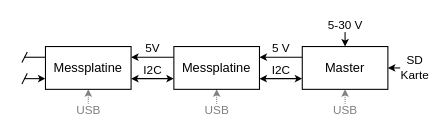
Before: page "arch_system" (2 of 3) of doc/img/doc.drawio in tstrahler/pwt-temp, a draw.io diagram. Source tidied: cells renumbered, new cells numbered last; positions are measured from the earlier drawing's top-left corner, leaving out a move shared by most shapes. Both pictures are drawn from the tidied source at 107%, with x=0, y=0 at pixel (21, 25).
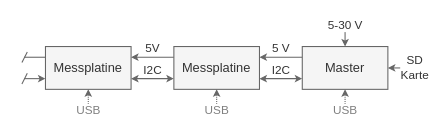
The same diagram, later.

The edit, as a diff of the source:
```diff
@@
-    <mxCell id="2" value="USB" style="edgeStyle=orthogonalEdgeStyle;rounded=0;jettySize=auto;html=1;exitX=0.5;exitY=1;exitDx=0;exitDy=0;startArrow=classic;startFill=1;endArrow=none;endFill=0;startSize=4;endSize=4;strokeColor=#808080;fontColor=#808080;dashed=1;dashPattern=1 1;" parent="1" edge="1" source="5">
+    <mxCell id="2" value="USB" style="edgeStyle=orthogonalEdgeStyle;rounded=0;jettySize=auto;html=1;exitX=0.5;exitY=1;exitDx=0;exitDy=0;startArrow=classic;startFill=1;endArrow=none;endFill=0;startSize=4;endSize=4;strokeColor=#666666;fontColor=#808080;dashed=1;dashPattern=1 1;fillColor=#f5f5f5;fontFamily=Iosevka;" parent="1" edge="1" source="5">
       <mxGeometry x="1" relative="1" as="geometry">
         <mxPoint x="62" y="80" as="targetPoint" />
       </mxGeometry>
     </mxCell>
-    <mxCell id="3" style="edgeStyle=orthogonalEdgeStyle;rounded=0;jettySize=auto;html=1;exitX=0;exitY=0.75;exitDx=0;exitDy=0;startArrow=classic;startFill=1;endArrow=none;endFill=0;startSize=4;endSize=4;" parent="1" edge="1" source="5">
+    <mxCell id="3" style="edgeStyle=orthogonalEdgeStyle;rounded=0;jettySize=auto;html=1;exitX=0;exitY=0.75;exitDx=0;exitDy=0;startArrow=classic;startFill=1;endArrow=none;endFill=0;startSize=4;endSize=4;fillColor=#f5f5f5;strokeColor=#666666;fontFamily=Iosevka;" parent="1" edge="1" source="5">
       <mxGeometry relative="1" as="geometry">
         <mxPoint x="2" y="50" as="targetPoint" />
       </mxGeometry>
     </mxCell>
-    <mxCell id="4" style="edgeStyle=orthogonalEdgeStyle;rounded=0;jettySize=auto;html=1;exitX=0;exitY=0.25;exitDx=0;exitDy=0;startArrow=none;startFill=0;endArrow=none;endFill=0;startSize=4;endSize=4;" parent="1" edge="1" source="5">
+    <mxCell id="4" style="edgeStyle=orthogonalEdgeStyle;rounded=0;jettySize=auto;html=1;exitX=0;exitY=0.25;exitDx=0;exitDy=0;startArrow=none;startFill=0;endArrow=none;endFill=0;startSize=4;endSize=4;fillColor=#f5f5f5;strokeColor=#666666;fontFamily=Iosevka;" parent="1" edge="1" source="5">
       <mxGeometry relative="1" as="geometry">
         <mxPoint x="2" y="30.1" as="targetPoint" />
       </mxGeometry>
     </mxCell>
-    <mxCell id="5" value="Messplatine" style="rounded=0;whiteSpace=wrap;html=1;strokeColor=#000000;fillColor=default;" parent="1" vertex="1">
+    <mxCell id="5" value="Messplatine" style="rounded=0;whiteSpace=wrap;html=1;strokeColor=#666666;fillColor=#f5f5f5;fontColor=#333333;fontFamily=Iosevka;" parent="1" vertex="1">
       <mxGeometry x="22" y="20" width="80" height="40" as="geometry" />
     </mxCell>
-    <mxCell id="6" value="&amp;nbsp;5V&amp;nbsp;" style="edgeStyle=orthogonalEdgeStyle;rounded=0;jettySize=auto;html=1;exitX=0;exitY=0.25;exitDx=0;exitDy=0;entryX=1;entryY=0.25;entryDx=0;entryDy=0;startArrow=none;startFill=0;endArrow=classic;endFill=1;startSize=4;endSize=4;spacingTop=4;" parent="1" edge="1" source="9" target="5">
+    <mxCell id="6" value="&amp;nbsp;5V&amp;nbsp;" style="edgeStyle=orthogonalEdgeStyle;rounded=0;jettySize=auto;html=1;exitX=0;exitY=0.25;exitDx=0;exitDy=0;entryX=1;entryY=0.25;entryDx=0;entryDy=0;startArrow=none;startFill=0;endArrow=classic;endFill=1;startSize=4;endSize=4;spacingTop=4;fillColor=#f5f5f5;strokeColor=#666666;fontFamily=Iosevka;fontColor=#333333;" parent="1" edge="1" source="9" target="5">
       <mxGeometry y="-10" relative="1" as="geometry" />
     </mxCell>
-    <mxCell id="7" value="USB" style="edgeStyle=orthogonalEdgeStyle;rounded=0;jettySize=auto;html=1;exitX=0.5;exitY=1;exitDx=0;exitDy=0;startArrow=classic;startFill=1;endArrow=none;endFill=0;startSize=4;endSize=4;strokeColor=#808080;fontColor=#808080;dashed=1;dashPattern=1 1;" parent="1" edge="1" source="9">
+    <mxCell id="7" value="USB" style="edgeStyle=orthogonalEdgeStyle;rounded=0;jettySize=auto;html=1;exitX=0.5;exitY=1;exitDx=0;exitDy=0;startArrow=classic;startFill=1;endArrow=none;endFill=0;startSize=4;endSize=4;strokeColor=#666666;fontColor=#808080;dashed=1;dashPattern=1 1;fillColor=#f5f5f5;fontFamily=Iosevka;" parent="1" edge="1" source="9">
       <mxGeometry x="1" relative="1" as="geometry">
         <mxPoint x="182" y="80" as="targetPoint" />
       </mxGeometry>
     </mxCell>
-    <mxCell id="8" value="I2C" style="edgeStyle=orthogonalEdgeStyle;rounded=0;jettySize=auto;html=1;exitX=0;exitY=0.75;exitDx=0;exitDy=0;entryX=1;entryY=0.75;entryDx=0;entryDy=0;startArrow=classic;startFill=1;endArrow=classic;endFill=1;startSize=4;endSize=4;spacingTop=4;" parent="1" edge="1" source="9" target="5">
+    <mxCell id="8" value="I2C" style="edgeStyle=orthogonalEdgeStyle;rounded=0;jettySize=auto;html=1;exitX=0;exitY=0.75;exitDx=0;exitDy=0;entryX=1;entryY=0.75;entryDx=0;entryDy=0;startArrow=classic;startFill=1;endArrow=classic;endFill=1;startSize=4;endSize=4;spacingTop=4;fillColor=#f5f5f5;strokeColor=#666666;fontFamily=Iosevka;fontColor=#333333;" parent="1" edge="1" source="9" target="5">
       <mxGeometry y="-10" relative="1" as="geometry" />
     </mxCell>
-    <mxCell id="9" value="Messplatine" style="rounded=0;whiteSpace=wrap;html=1;strokeColor=#000000;fillColor=default;" parent="1" vertex="1">
+    <mxCell id="9" value="Messplatine" style="rounded=0;whiteSpace=wrap;html=1;strokeColor=#666666;fillColor=#f5f5f5;fontColor=#333333;fontFamily=Iosevka;" parent="1" vertex="1">
       <mxGeometry x="142" y="20" width="80" height="40" as="geometry" />
     </mxCell>
-    <mxCell id="10" value="5-30 V" style="edgeStyle=orthogonalEdgeStyle;rounded=0;jettySize=auto;html=1;exitX=0.5;exitY=0;exitDx=0;exitDy=0;startSize=4;endSize=4;endArrow=none;endFill=0;startArrow=classic;startFill=1;" parent="1" edge="1" source="15">
+    <mxCell id="10" value="5-30 V" style="edgeStyle=orthogonalEdgeStyle;rounded=0;jettySize=auto;html=1;exitX=0.5;exitY=0;exitDx=0;exitDy=0;startSize=4;endSize=4;endArrow=none;endFill=0;startArrow=classic;startFill=1;fillColor=#f5f5f5;strokeColor=#666666;fontFamily=Iosevka;fontColor=#333333;" parent="1" edge="1" source="15">
       <mxGeometry x="1" relative="1" as="geometry">
         <mxPoint x="302" as="targetPoint" />
       </mxGeometry>
     </mxCell>
-    <mxCell id="11" value="&amp;nbsp;5 V&amp;nbsp;" style="edgeStyle=orthogonalEdgeStyle;rounded=0;jettySize=auto;html=1;exitX=0;exitY=0.25;exitDx=0;exitDy=0;entryX=1;entryY=0.25;entryDx=0;entryDy=0;startArrow=none;startFill=0;endArrow=classic;endFill=1;startSize=4;endSize=4;spacingTop=4;" parent="1" edge="1" source="15" target="9">
+    <mxCell id="11" value="&amp;nbsp;5 V&amp;nbsp;" style="edgeStyle=orthogonalEdgeStyle;rounded=0;jettySize=auto;html=1;exitX=0;exitY=0.25;exitDx=0;exitDy=0;entryX=1;entryY=0.25;entryDx=0;entryDy=0;startArrow=none;startFill=0;endArrow=classic;endFill=1;startSize=4;endSize=4;spacingTop=4;fillColor=#f5f5f5;strokeColor=#666666;fontFamily=Iosevka;fontColor=#333333;" parent="1" edge="1" source="15" target="9">
       <mxGeometry y="-10" relative="1" as="geometry" />
     </mxCell>
-    <mxCell id="12" value="USB" style="edgeStyle=orthogonalEdgeStyle;rounded=0;jettySize=auto;html=1;exitX=0.5;exitY=1;exitDx=0;exitDy=0;startArrow=classic;startFill=1;endArrow=none;endFill=0;startSize=4;endSize=4;strokeColor=#808080;fontColor=#808080;dashed=1;dashPattern=1 1;" parent="1" edge="1" source="15">
+    <mxCell id="12" value="USB" style="edgeStyle=orthogonalEdgeStyle;rounded=0;jettySize=auto;html=1;exitX=0.5;exitY=1;exitDx=0;exitDy=0;startArrow=classic;startFill=1;endArrow=none;endFill=0;startSize=4;endSize=4;strokeColor=#666666;fontColor=#808080;dashed=1;dashPattern=1 1;fillColor=#f5f5f5;fontFamily=Iosevka;" parent="1" edge="1" source="15">
       <mxGeometry x="1" relative="1" as="geometry">
         <mxPoint x="302" y="80" as="targetPoint" />
       </mxGeometry>
     </mxCell>
-    <mxCell id="13" value="I2C" style="edgeStyle=orthogonalEdgeStyle;rounded=0;jettySize=auto;html=1;exitX=0;exitY=0.75;exitDx=0;exitDy=0;entryX=1;entryY=0.75;entryDx=0;entryDy=0;startArrow=classic;startFill=1;endArrow=classic;endFill=1;startSize=4;endSize=4;spacingTop=4;" parent="1" edge="1" source="15" target="9">
+    <mxCell id="13" value="I2C" style="edgeStyle=orthogonalEdgeStyle;rounded=0;jettySize=auto;html=1;exitX=0;exitY=0.75;exitDx=0;exitDy=0;entryX=1;entryY=0.75;entryDx=0;entryDy=0;startArrow=classic;startFill=1;endArrow=classic;endFill=1;startSize=4;endSize=4;spacingTop=4;fillColor=#f5f5f5;strokeColor=#666666;fontFamily=Iosevka;fontColor=#333333;" parent="1" edge="1" source="15" target="9">
       <mxGeometry y="-10" relative="1" as="geometry" />
     </mxCell>
-    <mxCell id="14" value="SD&lt;br&gt;Karte" style="edgeStyle=orthogonalEdgeStyle;rounded=0;jettySize=auto;html=1;exitX=1;exitY=0.5;exitDx=0;exitDy=0;startArrow=classic;startFill=1;endArrow=none;endFill=0;startSize=4;endSize=4;" parent="1" edge="1" source="15">
+    <mxCell id="14" value="SD&lt;br&gt;Karte" style="edgeStyle=orthogonalEdgeStyle;rounded=0;jettySize=auto;html=1;exitX=1;exitY=0.5;exitDx=0;exitDy=0;startArrow=classic;startFill=1;endArrow=none;endFill=0;startSize=4;endSize=4;fillColor=#f5f5f5;strokeColor=#666666;fontFamily=Iosevka;fontColor=#333333;" parent="1" edge="1" source="15">
       <mxGeometry x="1" relative="1" as="geometry">
         <mxPoint x="367" y="40" as="targetPoint" />
       </mxGeometry>
     </mxCell>
-    <mxCell id="15" value="Master" style="rounded=0;whiteSpace=wrap;html=1;strokeColor=#000000;fillColor=default;" parent="1" vertex="1">
+    <mxCell id="15" value="Master" style="rounded=0;whiteSpace=wrap;html=1;strokeColor=#666666;fillColor=#f5f5f5;fontColor=#333333;fontFamily=Iosevka;" parent="1" vertex="1">
       <mxGeometry x="262" y="20" width="80" height="40" as="geometry" />
     </mxCell>
-    <mxCell id="16" style="endArrow=none;html=1;rounded=0;startSize=4;endSize=4;" parent="1" edge="1">
+    <mxCell id="16" style="endArrow=none;html=1;rounded=0;startSize=4;endSize=4;fillColor=#f5f5f5;strokeColor=#666666;fontFamily=Iosevka;" parent="1" edge="1">
       <mxGeometry relative="1" as="geometry">
         <mxPoint y="35" as="sourcePoint" />
         <mxPoint x="5" y="25" as="targetPoint" />
       </mxGeometry>
     </mxCell>
-    <mxCell id="17" style="endArrow=none;html=1;rounded=0;startSize=4;endSize=4;" parent="1" edge="1">
+    <mxCell id="17" style="endArrow=none;html=1;rounded=0;startSize=4;endSize=4;fillColor=#f5f5f5;strokeColor=#666666;fontFamily=Iosevka;" parent="1" edge="1">
       <mxGeometry relative="1" as="geometry">
         <mxPoint y="55" as="sourcePoint" />
         <mxPoint x="5" y="45" as="targetPoint" />
       </mxGeometry>
     </mxCell>
```
